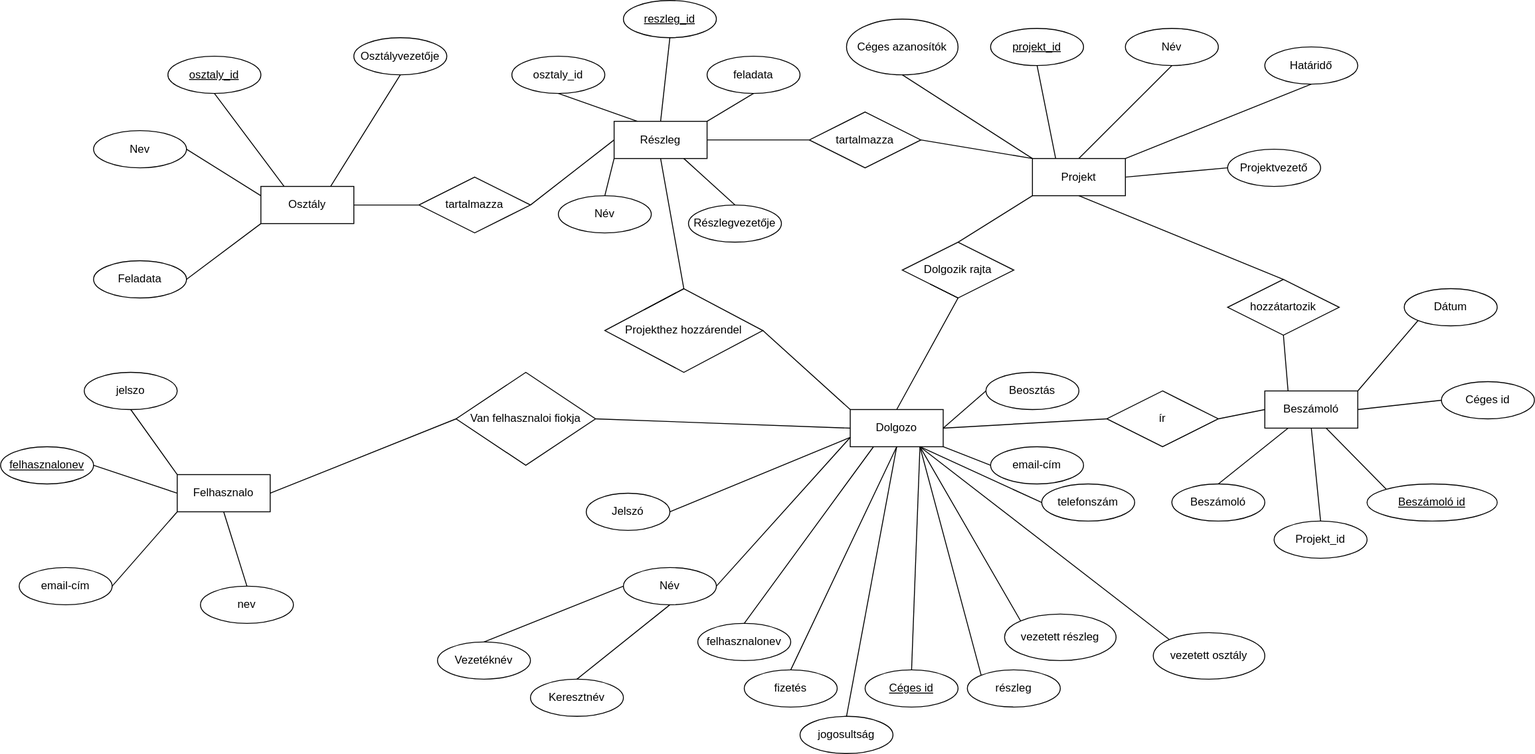
The draw.io diagram adatb.drawio.svg in Alfonz33/adatbazis-projektmunka, before a commit. Source tidied: cells renumbered, new cells last; positions are measured from the earlier drawing's top-left corner, leaving out a move shared by most shapes.
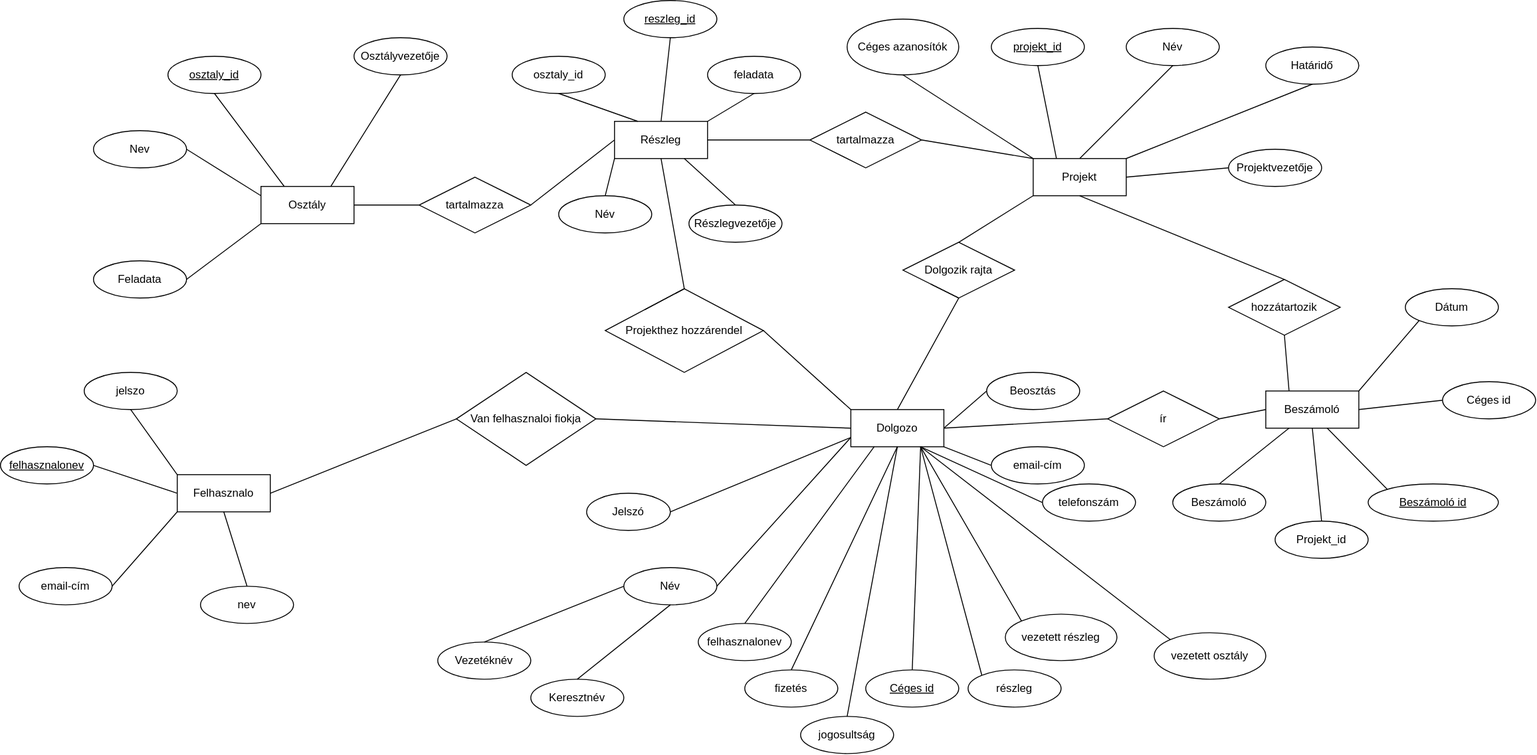
After the commit.

The edit, as a diff of the source:
```diff
@@ -50,7 +50,7 @@
     <mxCell id="17" value="Név" style="ellipse;whiteSpace=wrap;html=1;align=center;" parent="1" vertex="1">
       <mxGeometry x="1210" y="30" width="100" height="40" as="geometry" />
     </mxCell>
-    <mxCell id="18" value="Projektvezető" style="ellipse;whiteSpace=wrap;html=1;align=center;" parent="1" vertex="1">
+    <mxCell id="18" value="Projektvezetője" style="ellipse;whiteSpace=wrap;html=1;align=center;" parent="1" vertex="1">
       <mxGeometry x="1320" y="160" width="100" height="40" as="geometry" />
     </mxCell>
     <mxCell id="19" value="Vezetéknév" style="ellipse;whiteSpace=wrap;html=1;align=center;" parent="1" vertex="1">
```
